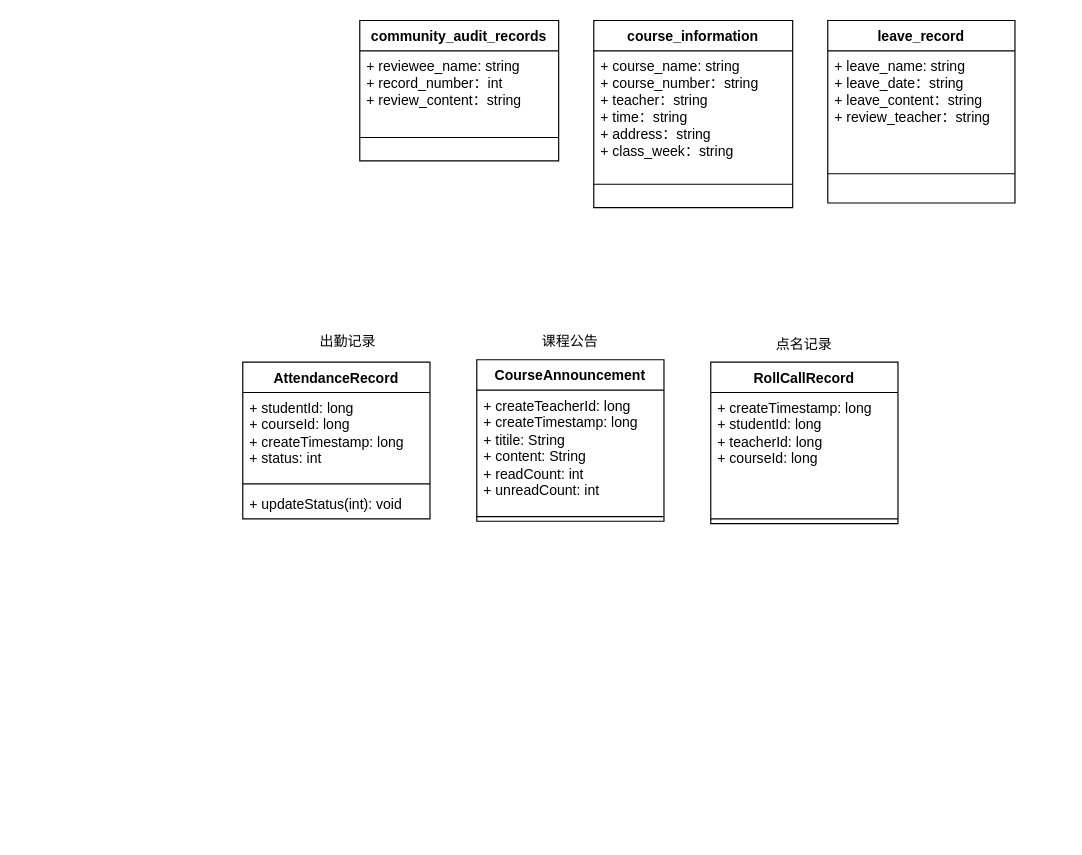
The draw.io diagram 类图.drawio in Huangzhu-zhu/-, before the edit. Source tidied: cells renumbered, new cells numbered last; positions are measured from the earlier drawing's top-left corner, leaving out a move shared by most shapes. Both pictures are drawn from the tidied source at 117%, with x=0, y=0 at pixel (242, 20).
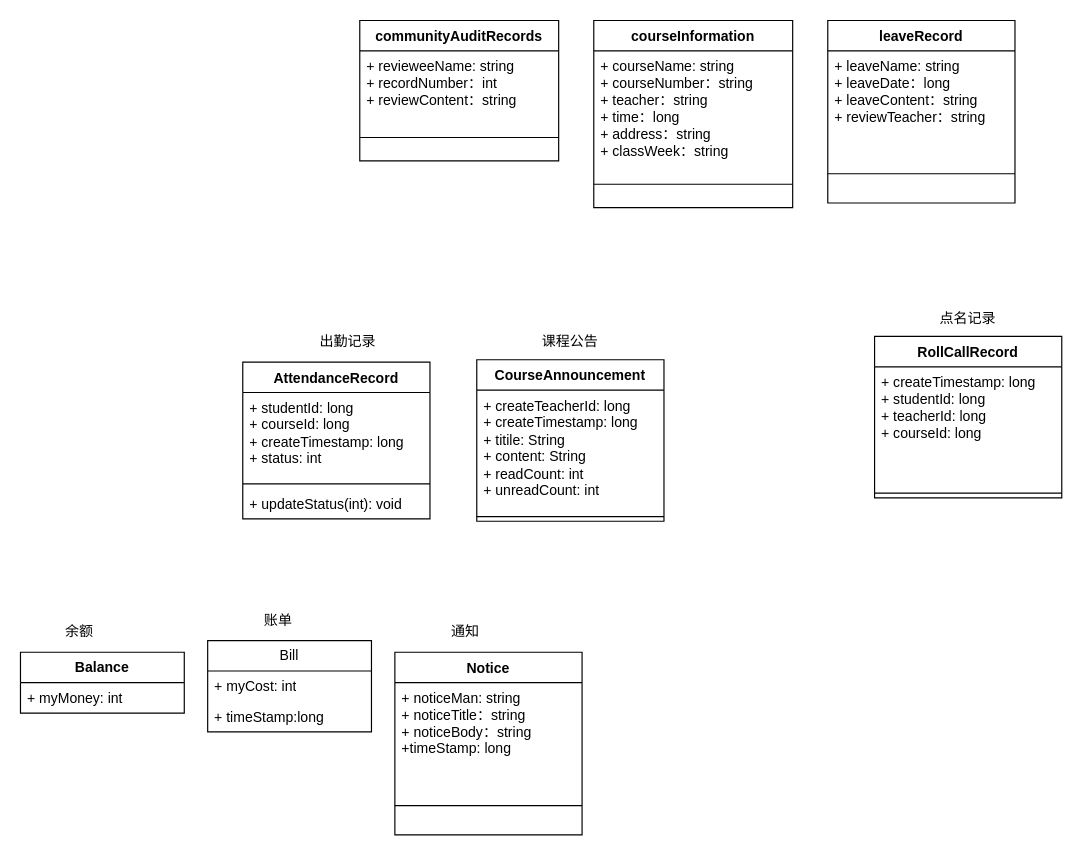
The same page after the edit.

Diff of the diagram source:
```diff
@@
-    <mxCell id="2" value="community_audit_records" style="swimlane;fontStyle=1;align=center;verticalAlign=top;horizontal=1;startSize=26;whiteSpace=wrap;html=1;" parent="1" vertex="1">
+    <mxCell id="2" value="communityAuditRecords" style="swimlane;fontStyle=1;align=center;verticalAlign=top;horizontal=1;startSize=26;whiteSpace=wrap;html=1;" parent="1" vertex="1">
       <mxGeometry x="100" width="170" height="120" as="geometry" />
     </mxCell>
-    <mxCell id="3" value="+ reviewee_name: string&lt;br&gt;+ record_number：int&lt;br&gt;+ review_content：string" style="text;strokeColor=none;fillColor=none;align=left;verticalAlign=top;spacingLeft=4;spacingRight=4;overflow=hidden;whiteSpace=wrap;html=1;" parent="2" vertex="1">
+    <mxCell id="3" value="+ revieweeName: string&lt;br&gt;+ recordNumber：int&lt;br&gt;+ reviewContent：string" style="text;strokeColor=none;fillColor=none;align=left;verticalAlign=top;spacingLeft=4;spacingRight=4;overflow=hidden;whiteSpace=wrap;html=1;" parent="2" vertex="1">
       <mxGeometry y="26" width="170" height="54" as="geometry" />
     </mxCell>
@@
-    <mxCell id="9" value="course_information" style="swimlane;fontStyle=1;align=center;verticalAlign=top;horizontal=1;startSize=26;whiteSpace=wrap;html=1;" parent="1" vertex="1">
+    <mxCell id="9" value="courseInformation" style="swimlane;fontStyle=1;align=center;verticalAlign=top;horizontal=1;startSize=26;whiteSpace=wrap;html=1;" parent="1" vertex="1">
       <mxGeometry x="300" width="170" height="160" as="geometry" />
     </mxCell>
-    <mxCell id="10" value="+ course_name: string&lt;br&gt;+ course_number：string&lt;br&gt;+ teacher：string&lt;br&gt;+ time：string&lt;br&gt;+ address：string&lt;br&gt;+ class_week：string" style="text;strokeColor=none;fillColor=none;align=left;verticalAlign=top;spacingLeft=4;spacingRight=4;overflow=hidden;whiteSpace=wrap;html=1;" parent="9" vertex="1">
+    <mxCell id="10" value="+ courseName: string&lt;br&gt;+ courseNumber：string&lt;br&gt;+ teacher：string&lt;br&gt;+ time：long&lt;br&gt;+ address：string&lt;br&gt;+ classWeek：string" style="text;strokeColor=none;fillColor=none;align=left;verticalAlign=top;spacingLeft=4;spacingRight=4;overflow=hidden;whiteSpace=wrap;html=1;" parent="9" vertex="1">
       <mxGeometry y="26" width="170" height="94" as="geometry" />
     </mxCell>
@@
-    <mxCell id="15" value="leave_record" style="swimlane;fontStyle=1;align=center;verticalAlign=top;horizontal=1;startSize=26;whiteSpace=wrap;html=1;" parent="1" vertex="1">
+    <mxCell id="15" value="leaveRecord" style="swimlane;fontStyle=1;align=center;verticalAlign=top;horizontal=1;startSize=26;whiteSpace=wrap;html=1;" parent="1" vertex="1">
       <mxGeometry x="500" width="160" height="156" as="geometry" />
     </mxCell>
-    <mxCell id="16" value="+ leave_name: string&lt;br&gt;+ leave_date：string&lt;br&gt;+ leave_content：string&lt;br&gt;+ review_teacher：string" style="text;strokeColor=none;fillColor=none;align=left;verticalAlign=top;spacingLeft=4;spacingRight=4;overflow=hidden;whiteSpace=wrap;html=1;" parent="15" vertex="1">
+    <mxCell id="16" value="+ leaveName: string&lt;br&gt;+ leaveDate：long&lt;br&gt;+ leaveContent：string&lt;br&gt;+ reviewTeacher：string" style="text;strokeColor=none;fillColor=none;align=left;verticalAlign=top;spacingLeft=4;spacingRight=4;overflow=hidden;whiteSpace=wrap;html=1;" parent="15" vertex="1">
       <mxGeometry y="26" width="160" height="80" as="geometry" />
     </mxCell>
@@
+    <mxCell id="24" value="&lt;b&gt;Balance&lt;/b&gt;" style="swimlane;fontStyle=0;horizontal=1;startSize=26;fillColor=none;whiteSpace=wrap;html=1;" parent="1" vertex="1">
+      <mxGeometry x="-190" y="540" width="140" height="52" as="geometry" />
+    </mxCell>
+    <mxCell id="25" value="+ myMoney: int" style="text;strokeColor=none;fillColor=none;align=left;verticalAlign=top;spacingLeft=4;spacingRight=4;overflow=hidden;whiteSpace=wrap;html=1;" parent="24" vertex="1">
+      <mxGeometry y="26" width="140" height="26" as="geometry" />
+    </mxCell>
     <mxCell id="18" value="RollCallRecord" style="swimlane;fontStyle=1;align=center;verticalAlign=top;horizontal=1;startSize=26;whiteSpace=wrap;html=1;" parent="1" vertex="1">
-      <mxGeometry x="400" y="292" width="160" height="138" as="geometry" />
+      <mxGeometry x="540" y="270" width="160" height="138" as="geometry" />
     </mxCell>
@@
+    <mxCell id="26" value="Bill" style="swimlane;fontStyle=0;horizontal=1;startSize=26;fillColor=none;whiteSpace=wrap;html=1;" parent="1" vertex="1">
+      <mxGeometry x="-30" y="530" width="140" height="78" as="geometry" />
+    </mxCell>
+    <mxCell id="27" value="+ myCost: int" style="text;strokeColor=none;fillColor=none;align=left;verticalAlign=top;spacingLeft=4;spacingRight=4;overflow=hidden;whiteSpace=wrap;html=1;" parent="26" vertex="1">
+      <mxGeometry y="26" width="140" height="26" as="geometry" />
+    </mxCell>
+    <mxCell id="28" value="+ timeStamp:long" style="text;strokeColor=none;fillColor=none;align=left;verticalAlign=top;spacingLeft=4;spacingRight=4;overflow=hidden;whiteSpace=wrap;html=1;" parent="26" vertex="1">
+      <mxGeometry y="52" width="140" height="26" as="geometry" />
+    </mxCell>
@@
+    <mxCell id="29" value="Notice" style="swimlane;fontStyle=1;align=center;verticalAlign=top;horizontal=1;startSize=26;whiteSpace=wrap;html=1;" parent="1" vertex="1">
+      <mxGeometry x="130" y="540" width="160" height="156" as="geometry" />
+    </mxCell>
+    <mxCell id="30" value="+ noticeMan: string&lt;br&gt;+ noticeTitle：string&lt;br&gt;+ noticeBody：string&lt;br&gt;+timeStamp: long" style="text;strokeColor=none;fillColor=none;align=left;verticalAlign=top;spacingLeft=4;spacingRight=4;overflow=hidden;whiteSpace=wrap;html=1;" parent="29" vertex="1">
+      <mxGeometry y="26" width="160" height="80" as="geometry" />
+    </mxCell>
+    <mxCell id="31" style="line;strokeWidth=1;fillColor=none;align=left;verticalAlign=middle;spacingTop=-1;spacingLeft=3;spacingRight=3;labelPosition=right;strokeColor=inherit;" parent="29" vertex="1">
+      <mxGeometry y="106" width="160" height="50" as="geometry" />
+    </mxCell>
@@
     <mxCell id="23" value="点名记录" style="text;html=1;strokeColor=none;fillColor=none;align=center;verticalAlign=middle;whiteSpace=wrap;rounded=0;" parent="1" vertex="1">
-      <mxGeometry x="450" y="262" width="60" height="30" as="geometry" />
+      <mxGeometry x="590" y="240" width="60" height="30" as="geometry" />
     </mxCell>
+    <mxCell id="32" value="余额" style="text;html=1;align=center;verticalAlign=middle;strokeColor=none;fillColor=none;" parent="1" vertex="1">
+      <mxGeometry x="-165" y="508" width="50" height="30" as="geometry" />
+    </mxCell>
+    <mxCell id="33" value="账单" style="text;html=1;align=center;verticalAlign=middle;strokeColor=none;fillColor=none;" parent="1" vertex="1">
+      <mxGeometry x="5" y="498" width="50" height="30" as="geometry" />
+    </mxCell>
+    <mxCell id="34" value="通知" style="text;html=1;align=center;verticalAlign=middle;strokeColor=none;fillColor=none;" parent="1" vertex="1">
+      <mxGeometry x="165" y="508" width="50" height="30" as="geometry" />
+    </mxCell>
```
